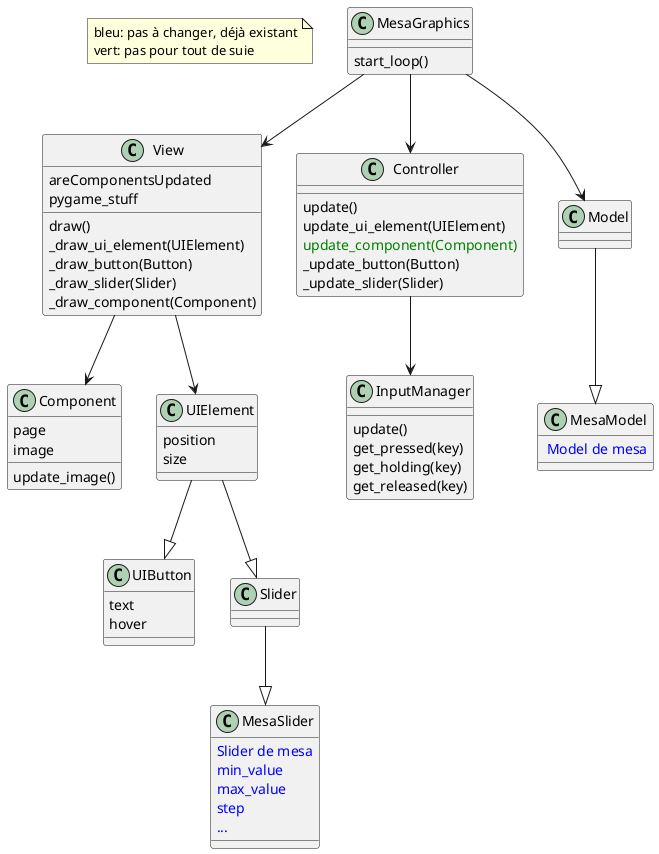
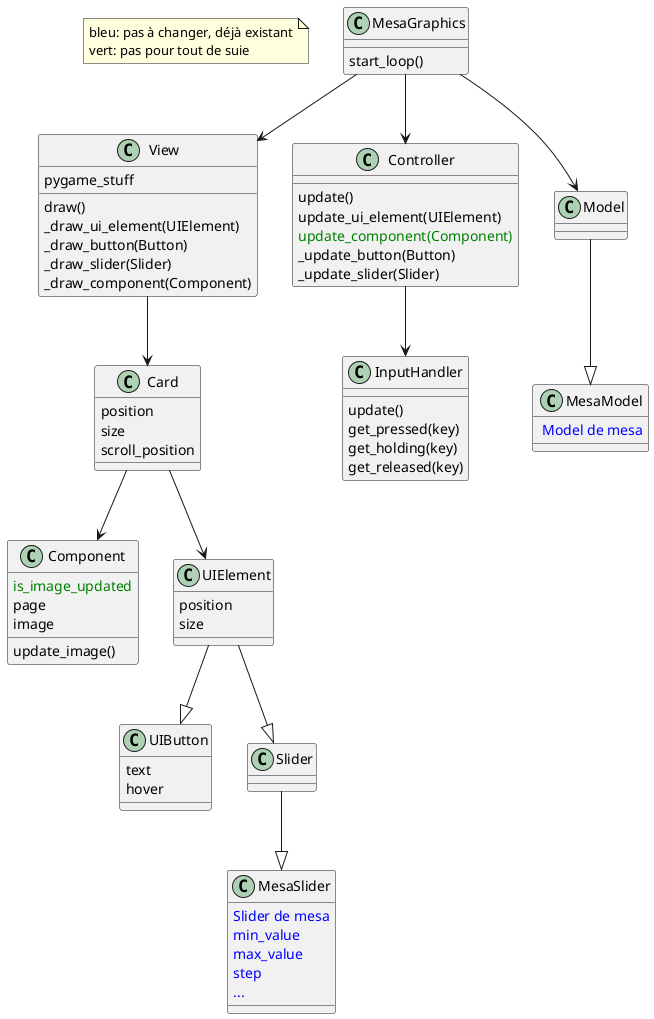
@startuml
note "bleu: pas à changer, déjà existant\nvert: pas pour tout de suie" as N1

class MesaGraphics
MesaGraphics : start_loop()

class View
- View : areComponentsUpdated
View : pygame_stuff
View : draw()
View : _draw_ui_element(UIElement)
View : _draw_button(Button)
View : _draw_slider(Slider)
View : _draw_component(Component)

class Controller
Controller : update()
Controller : update_ui_element(UIElement)
Controller : <color:green>update_component(Component)
Controller : _update_button(Button)
Controller : _update_slider(Slider)


class Model

MesaGraphics --> View
MesaGraphics --> Controller
MesaGraphics --> Model

/' ########## Controller part ########## '/

- class InputManager
- InputManager : update()
- InputManager : get_pressed(key)
- InputManager : get_holding(key)
- InputManager : get_released(key)
+ class InputHandler
+ InputHandler : update()
+ InputHandler : get_pressed(key)
+ InputHandler : get_holding(key)
+ InputHandler : get_released(key)

- Controller --> InputManager
+ Controller --> InputHandler

/' ########## Model part ########## '/

class MesaModel
MesaModel : <color:blue> Model de mesa

Model --|> MesaModel

/' ##########  View part ########## '/

+ class Card
+ Card : position
+ Card : size
+ Card : scroll_position
+ View --> Card
+ 
class Component
+ Component : <color:green>is_image_updated
Component : page
Component : image
Component : update_image()
- 
- View --> Component
+ Card --> Component

class UIElement
UIElement : position
UIElement : size
- 
- View --> UIElement
+ Card --> UIElement

class UIButton
UIButton : text
UIButton : hover
UIElement --|> UIButton

class Slider
UIElement --|> Slider

class MesaSlider
MesaSlider : <color:blue>Slider de mesa
MesaSlider : <color:blue>min_value
MesaSlider : <color:blue>max_value
MesaSlider : <color:blue>step
MesaSlider : <color:blue>...
Slider --|> MesaSlider


@enduml